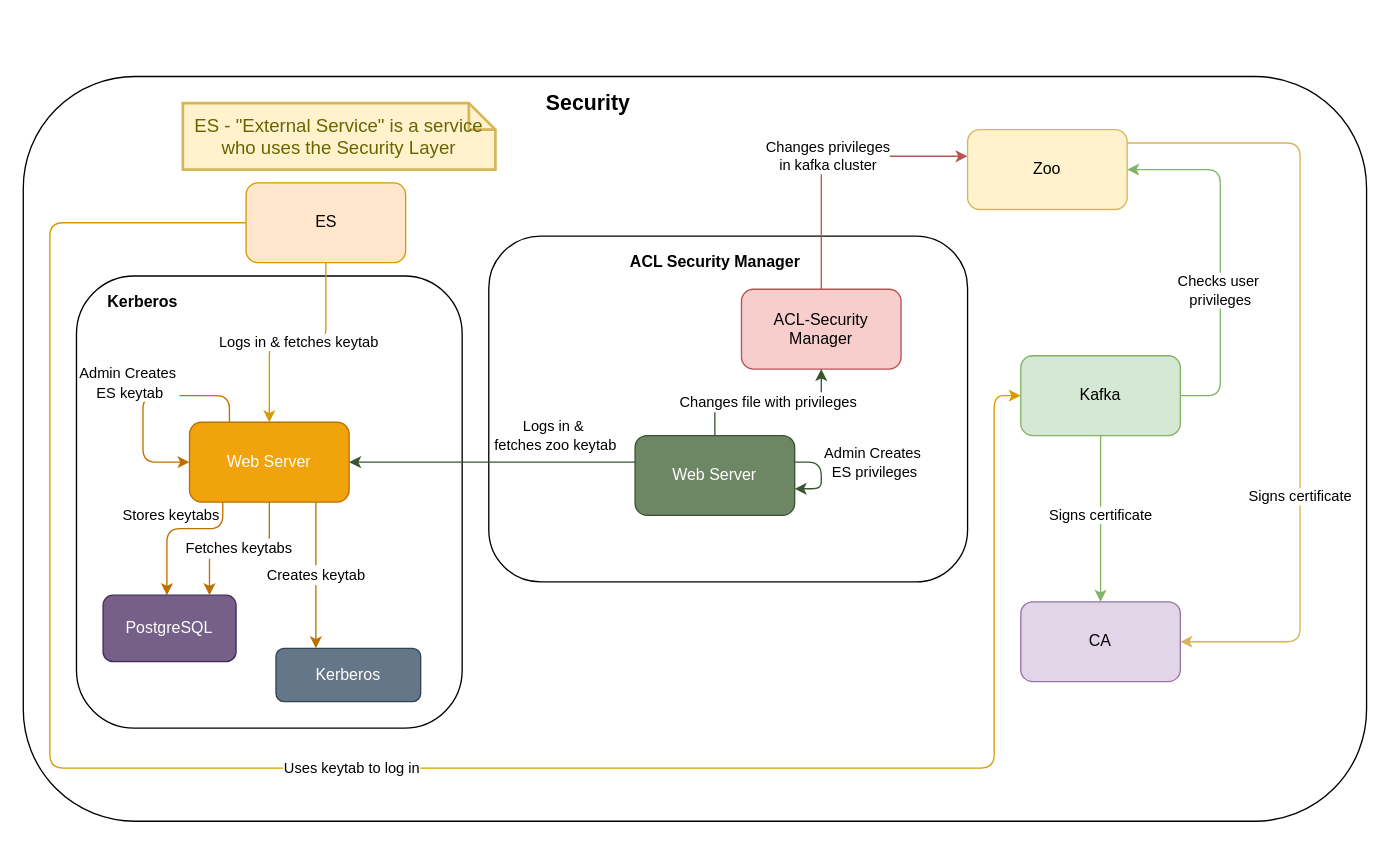
The draw.io diagram Docs/Security.drawio in jakobhviid/ProjectLeapNode, before the edit. Source tidied: cells renumbered, new cells numbered last; positions are measured from the earlier drawing's top-left corner, leaving out a move shared by most shapes. Both pictures are drawn from the tidied source at 133%, with x=0, y=0 at pixel (23, 76).
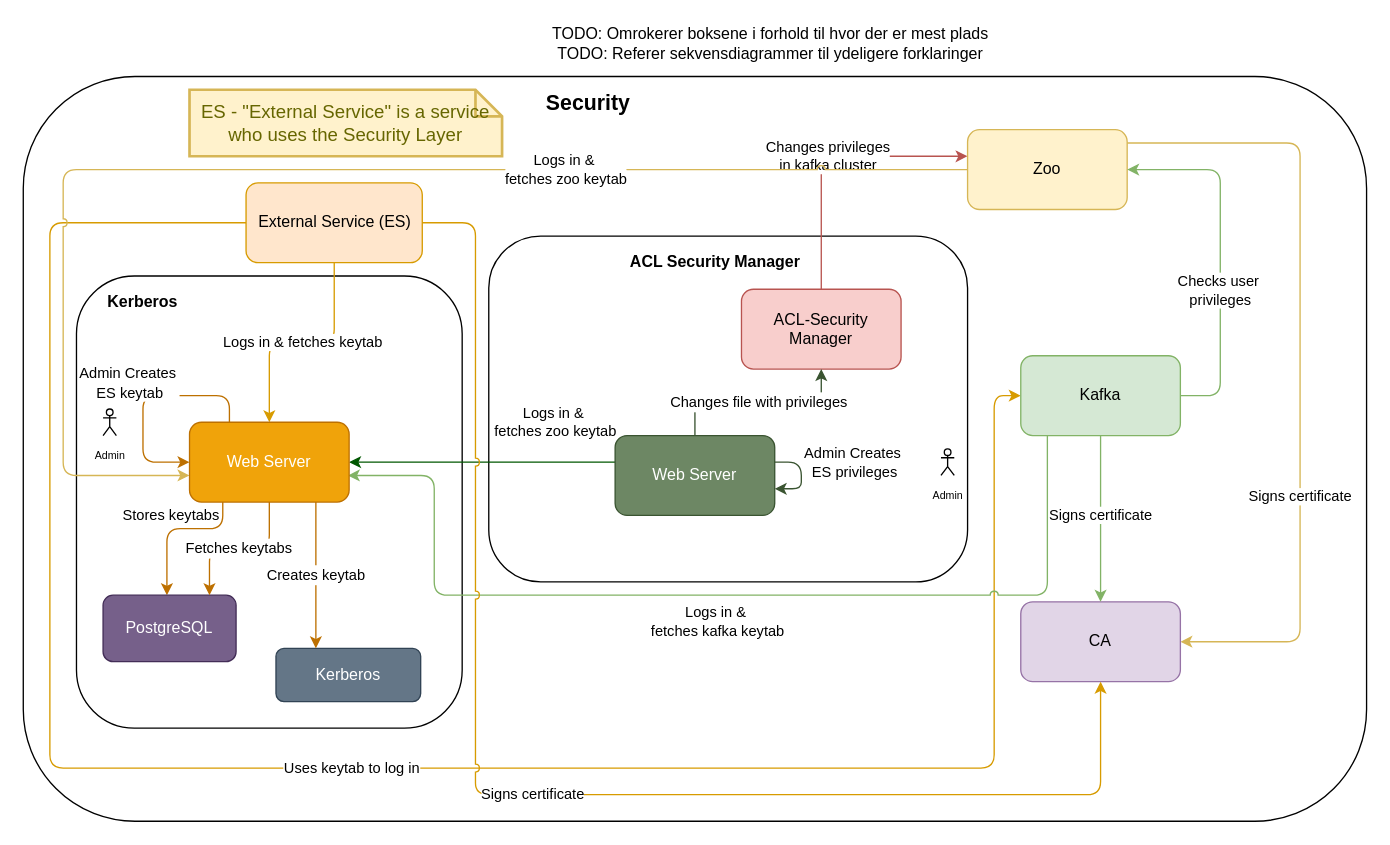
The same diagram, later.

The change refers to these unchanged cells:
```xml
<mxCell id="14" value="ACL-Security Manager" style="rounded=1;whiteSpace=wrap;html=1;fillColor=#f8cecc;strokeColor=#b85450;" parent="1" vertex="1">
  <mxGeometry x="540" y="160" width="120" height="60" as="geometry" />
</mxCell>
<mxCell id="16" value="Zoo" style="rounded=1;whiteSpace=wrap;html=1;fillColor=#fff2cc;strokeColor=#d6b656;" parent="1" vertex="1">
  <mxGeometry x="710" y="40" width="120" height="60" as="geometry" />
</mxCell>
<mxCell id="17" value="CA" style="rounded=1;whiteSpace=wrap;html=1;fillColor=#e1d5e7;strokeColor=#9673a6;" parent="1" vertex="1">
  <mxGeometry x="750" y="395" width="120" height="60" as="geometry" />
</mxCell>
<mxCell id="22" value="Kafka" style="rounded=1;whiteSpace=wrap;html=1;fillColor=#d5e8d4;strokeColor=#82b366;" parent="1" vertex="1">
  <mxGeometry x="750" y="210" width="120" height="60" as="geometry" />
</mxCell>
<mxCell id="29" value="Web Server" style="rounded=1;whiteSpace=wrap;html=1;fontSize=12;fillColor=#f0a30a;strokeColor=#BD7000;fontColor=#ffffff;" parent="1" vertex="1">
  <mxGeometry x="125" y="260" width="120" height="60" as="geometry" />
</mxCell>
```

Diff of the diagram source:
```diff
@@
-    <mxCell id="8" value="ES" style="rounded=1;whiteSpace=wrap;html=1;fillColor=#ffe6cc;strokeColor=#d79b00;" parent="1" vertex="1">
-      <mxGeometry x="167.5" y="80" width="120" height="60" as="geometry" />
+    <mxCell id="8" value="External Service (ES)" style="rounded=1;whiteSpace=wrap;html=1;fillColor=#ffe6cc;strokeColor=#d79b00;" parent="1" vertex="1">
+      <mxGeometry x="167.5" y="80" width="132.5" height="60" as="geometry" />
     </mxCell>
@@
     <mxCell id="11" value="ES - &quot;External Service&quot; is a service who uses the Security Layer" style="shape=note;strokeWidth=2;fontSize=14;size=20;whiteSpace=wrap;html=1;fillColor=#fff2cc;strokeColor=#d6b656;fontColor=#666600;" parent="1" vertex="1">
-      <mxGeometry x="120" y="20" width="235" height="50" as="geometry" />
+      <mxGeometry x="125" y="10" width="235" height="50" as="geometry" />
     </mxCell>
-    <mxCell id="12" value="Changes&amp;nbsp;privileges &lt;br&gt;in kafka cluster" style="edgeStyle=orthogonalEdgeStyle;rounded=1;jettySize=auto;html=1;fillColor=#f8cecc;strokeColor=#b85450;" parent="1" edge="1" source="14" target="16">
+    <mxCell id="12" value="Changes&amp;nbsp;privileges &lt;br&gt;in kafka cluster" style="edgeStyle=orthogonalEdgeStyle;rounded=1;jettySize=auto;html=1;fillColor=#f8cecc;strokeColor=#b85450;jumpStyle=arc;" parent="1" edge="1" source="14" target="16">
       <mxGeometry relative="1" as="geometry">
         <Array as="points">
           <mxPoint x="600" y="60" />
         </Array>
       </mxGeometry>
     </mxCell>
-    <mxCell id="13" value="Logs in &amp;amp;&amp;nbsp;&lt;br&gt;fetches zoo keytab " style="edgeStyle=orthogonalEdgeStyle;rounded=1;jettySize=auto;html=1;fillColor=#6d8764;strokeColor=#3A5431;" parent="1" edge="1" source="25" target="29">
-      <mxGeometry x="-0.44" y="-20" relative="1" as="geometry">
+    <mxCell id="13" value="Logs in &amp;amp;&amp;nbsp;&lt;br&gt;fetches zoo keytab " style="edgeStyle=orthogonalEdgeStyle;rounded=1;jettySize=auto;html=1;fillColor=#008a00;strokeColor=#005700;" parent="1" edge="1" source="25" target="29">
+      <mxGeometry x="-0.55" y="-30" relative="1" as="geometry">
         <Array as="points">
           <mxPoint x="410" y="290" />
           <mxPoint x="410" y="290" />
         </Array>
       </mxGeometry>
     </mxCell>
@@
+    <mxCell id="33" value="&lt;span style=&quot;color: rgb(0, 0, 0); font-family: helvetica; font-size: 11px; font-style: normal; font-weight: 400; letter-spacing: normal; text-align: center; text-indent: 0px; text-transform: none; word-spacing: 0px; background-color: rgb(255, 255, 255); display: inline; float: none;&quot;&gt;Logs in &amp;amp;&amp;nbsp;&lt;/span&gt;&lt;br style=&quot;color: rgb(0, 0, 0); font-family: helvetica; font-size: 11px; font-style: normal; font-weight: 400; letter-spacing: normal; text-align: center; text-indent: 0px; text-transform: none; word-spacing: 0px;&quot;&gt;&lt;span style=&quot;color: rgb(0, 0, 0); font-family: helvetica; font-size: 11px; font-style: normal; font-weight: 400; letter-spacing: normal; text-align: center; text-indent: 0px; text-transform: none; word-spacing: 0px; background-color: rgb(255, 255, 255); display: inline; float: none;&quot;&gt;fetches zoo keytab&lt;/span&gt;" style="edgeStyle=orthogonalEdgeStyle;rounded=1;jumpStyle=arc;jettySize=auto;html=1;startArrow=none;startFill=0;fillColor=#fff2cc;strokeColor=#d6b656;" parent="1" edge="1" source="16" target="29">
+      <mxGeometry x="-0.4" relative="1" as="geometry">
+        <Array as="points">
+          <mxPoint x="30" y="70" />
+          <mxPoint x="30" y="300" />
+        </Array>
+      </mxGeometry>
+    </mxCell>
@@
-    <mxCell id="19" style="edgeStyle=orthogonalEdgeStyle;rounded=0;orthogonalLoop=1;jettySize=auto;html=1;exitX=0.5;exitY=1;exitDx=0;exitDy=0;" parent="1" edge="1" source="8" target="8">
-      <mxGeometry relative="1" as="geometry" />
-    </mxCell>
@@
+    <mxCell id="34" value="&lt;span style=&quot;color: rgb(0 , 0 , 0) ; font-family: &amp;#34;helvetica&amp;#34; ; font-size: 11px ; font-style: normal ; font-weight: 400 ; letter-spacing: normal ; text-align: center ; text-indent: 0px ; text-transform: none ; word-spacing: 0px ; background-color: rgb(255 , 255 , 255) ; display: inline ; float: none&quot;&gt;Logs in &amp;amp;&amp;nbsp;&lt;/span&gt;&lt;br style=&quot;color: rgb(0 , 0 , 0) ; font-family: &amp;#34;helvetica&amp;#34; ; font-size: 11px ; font-style: normal ; font-weight: 400 ; letter-spacing: normal ; text-align: center ; text-indent: 0px ; text-transform: none ; word-spacing: 0px&quot;&gt;&lt;span style=&quot;color: rgb(0 , 0 , 0) ; font-family: &amp;#34;helvetica&amp;#34; ; font-size: 11px ; font-style: normal ; font-weight: 400 ; letter-spacing: normal ; text-align: center ; text-indent: 0px ; text-transform: none ; word-spacing: 0px ; background-color: rgb(255 , 255 , 255) ; display: inline ; float: none&quot;&gt;fetches kafka keytab&lt;/span&gt;" style="edgeStyle=orthogonalEdgeStyle;rounded=1;jumpStyle=arc;jettySize=auto;html=1;startArrow=none;startFill=0;fillColor=#d5e8d4;strokeColor=#82b366;" parent="1" edge="1" source="22">
+      <mxGeometry y="20" relative="1" as="geometry">
+        <mxPoint x="244" y="300" as="targetPoint" />
+        <Array as="points">
+          <mxPoint x="770" y="390" />
+          <mxPoint x="309" y="390" />
+          <mxPoint x="309" y="300" />
+        </Array>
+      </mxGeometry>
+    </mxCell>
@@
     <mxCell id="25" value="Web Server" style="rounded=1;whiteSpace=wrap;html=1;fillColor=#6d8764;strokeColor=#3A5431;fontColor=#ffffff;" parent="1" vertex="1">
-      <mxGeometry x="460" y="270" width="120" height="60" as="geometry" />
+      <mxGeometry x="445" y="270" width="120" height="60" as="geometry" />
     </mxCell>
@@
+    <mxCell id="35" value="Signs certificate" style="edgeStyle=orthogonalEdgeStyle;rounded=1;jettySize=auto;html=1;startArrow=none;startFill=0;jumpStyle=arc;fillColor=#ffe6cc;strokeColor=#d79b00;" parent="1" edge="1" source="8" target="17">
+      <mxGeometry relative="1" as="geometry">
+        <Array as="points">
+          <mxPoint x="340" y="110" />
+          <mxPoint x="340" y="540" />
+          <mxPoint x="810" y="540" />
+        </Array>
+      </mxGeometry>
+    </mxCell>
+    <mxCell id="36" value="TODO: Omrokerer boksene i forhold til hvor der er mest plads&lt;br&gt;TODO: Referer sekvensdiagrammer til ydeligere forklaringer" style="text;html=1;strokeColor=none;fillColor=none;align=center;verticalAlign=middle;whiteSpace=wrap;rounded=0;" parent="1" vertex="1">
+      <mxGeometry x="394" y="-40" width="336" height="30" as="geometry" />
+    </mxCell>
+    <mxCell id="37" value="&lt;font style=&quot;font-size: 8px&quot;&gt;Admin&lt;/font&gt;" style="shape=umlActor;verticalLabelPosition=bottom;verticalAlign=top;html=1;" parent="1" vertex="1">
+      <mxGeometry x="690" y="280" width="10" height="20" as="geometry" />
+    </mxCell>
+    <mxCell id="38" value="&lt;font style=&quot;font-size: 8px&quot;&gt;Admin&lt;/font&gt;" style="shape=umlActor;verticalLabelPosition=bottom;verticalAlign=top;html=1;" parent="1" vertex="1">
+      <mxGeometry x="60" y="250" width="10" height="20" as="geometry" />
+    </mxCell>
```
